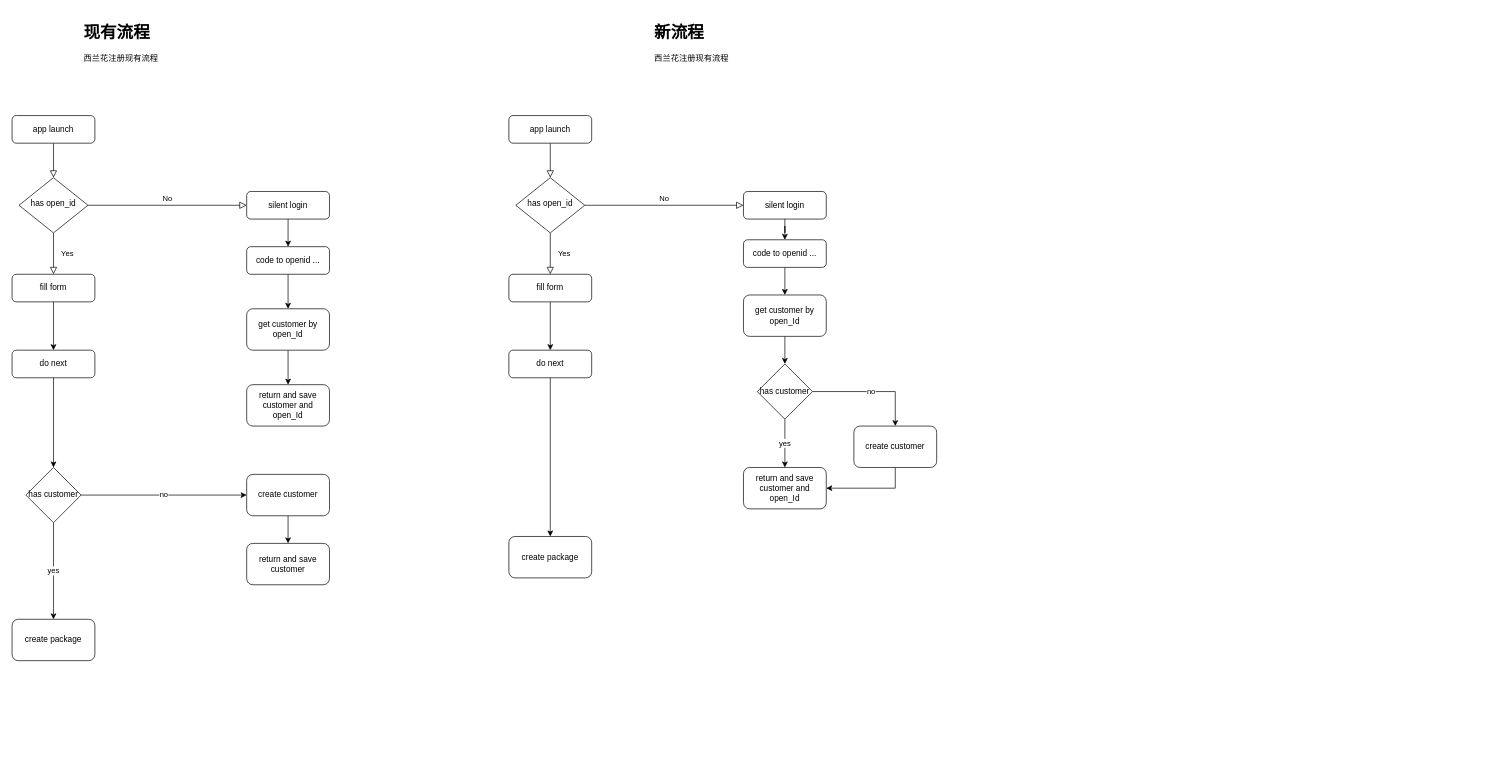
Before: xinanhua.drawio in maclxf/ProjectDraw, a draw.io diagram. Source tidied: cells renumbered, new cells numbered last; positions are measured from the earlier drawing's top-left corner, leaving out a move shared by most shapes. Both pictures are drawn from the tidied source at 69%, with x=0, y=0 at pixel (12, 19).
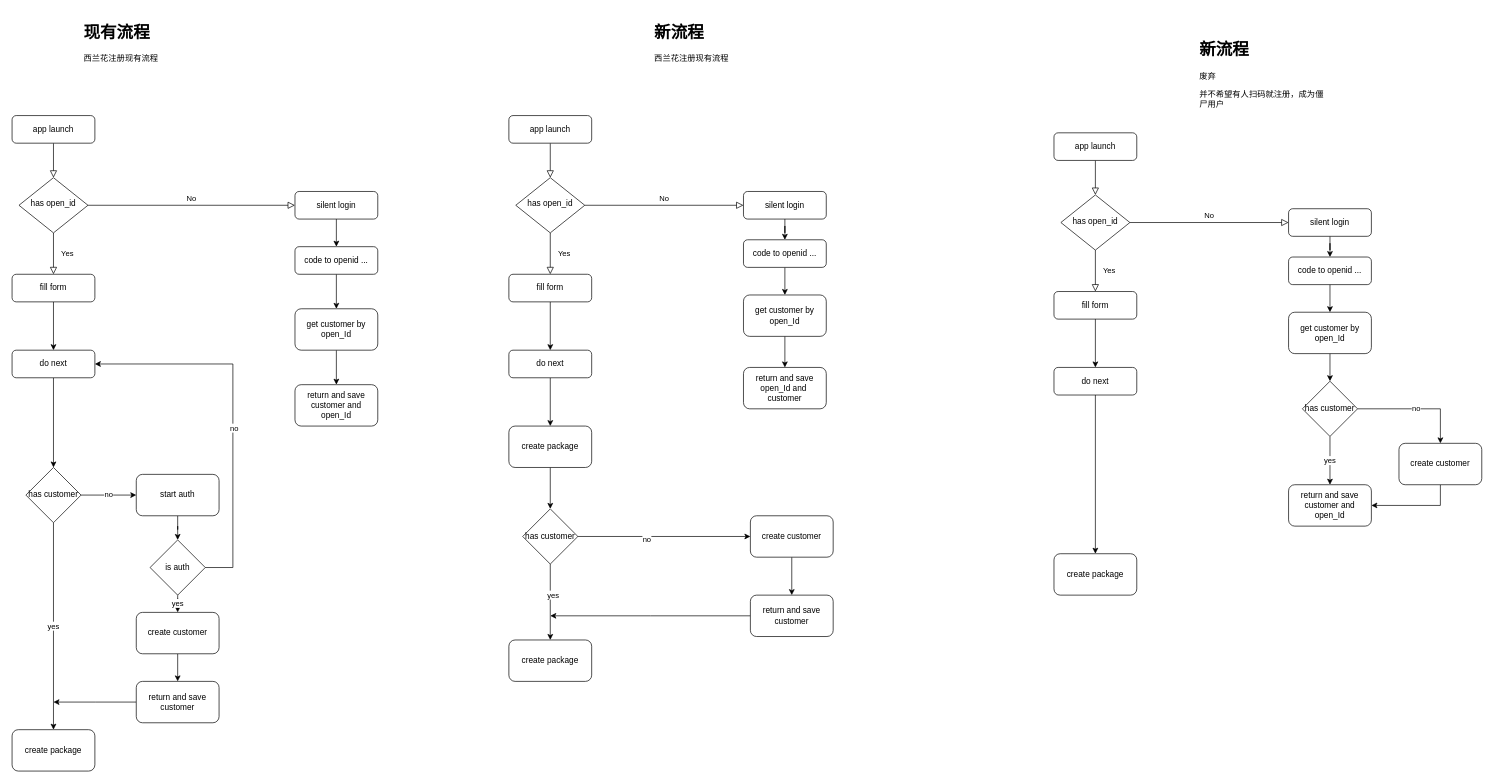
The same page after the edit.

The change refers to these unchanged cells:
```xml
<mxCell id="13" value="do next" style="rounded=1;whiteSpace=wrap;html=1;fontSize=12;glass=0;strokeWidth=1;shadow=0;" parent="1" vertex="1">
  <mxGeometry y="480" width="120" height="40" as="geometry" />
</mxCell>
<mxCell id="21" value="has customer" style="rhombus;whiteSpace=wrap;html=1;" parent="1" vertex="1">
  <mxGeometry x="20" y="650" width="80" height="80" as="geometry" />
</mxCell>
<mxCell id="41" value="get customer by open_Id" style="rounded=1;whiteSpace=wrap;html=1;" parent="1" vertex="1">
  <mxGeometry x="1060" y="400" width="120" height="60" as="geometry" />
</mxCell>
```

Diff of the diagram source:
```diff
@@
     <mxCell id="8" value="silent login" style="rounded=1;whiteSpace=wrap;html=1;fontSize=12;glass=0;strokeWidth=1;shadow=0;" parent="1" vertex="1">
-      <mxGeometry x="340" y="250" width="120" height="40" as="geometry" />
+      <mxGeometry x="410" y="250" width="120" height="40" as="geometry" />
     </mxCell>
@@
     <mxCell id="15" value="code to openid ..." style="rounded=1;whiteSpace=wrap;html=1;fontSize=12;glass=0;strokeWidth=1;shadow=0;" parent="1" vertex="1">
-      <mxGeometry x="340" y="330" width="120" height="40" as="geometry" />
+      <mxGeometry x="410" y="330" width="120" height="40" as="geometry" />
     </mxCell>
@@
     <mxCell id="17" value="create customer" style="rounded=1;whiteSpace=wrap;html=1;" parent="1" vertex="1">
-      <mxGeometry x="340" y="660" width="120" height="60" as="geometry" />
+      <mxGeometry x="180" y="860" width="120" height="60" as="geometry" />
     </mxCell>
     <mxCell id="18" value="return and save customer and open_Id" style="rounded=1;whiteSpace=wrap;html=1;" parent="1" vertex="1">
-      <mxGeometry x="340" y="530" width="120" height="60" as="geometry" />
+      <mxGeometry x="410" y="530" width="120" height="60" as="geometry" />
     </mxCell>
-    <mxCell id="19" value="no" style="edgeStyle=orthogonalEdgeStyle;rounded=0;jettySize=auto;html=1;" parent="1" edge="1" source="21" target="17">
+    <mxCell id="19" value="no" style="edgeStyle=orthogonalEdgeStyle;rounded=0;jettySize=auto;html=1;entryX=0;entryY=0.5;entryDx=0;entryDy=0;" parent="1" edge="1" source="21" target="78">
       <mxGeometry relative="1" as="geometry" />
     </mxCell>
@@
     <mxCell id="22" value="create package" style="rounded=1;whiteSpace=wrap;html=1;" parent="1" vertex="1">
-      <mxGeometry y="870" width="120" height="60" as="geometry" />
+      <mxGeometry y="1030" width="120" height="60" as="geometry" />
     </mxCell>
@@
     <mxCell id="24" value="get customer by open_Id" style="rounded=1;whiteSpace=wrap;html=1;" parent="1" vertex="1">
-      <mxGeometry x="340" y="420" width="120" height="60" as="geometry" />
+      <mxGeometry x="410" y="420" width="120" height="60" as="geometry" />
     </mxCell>
+    <mxCell id="49" style="edgeStyle=orthogonalEdgeStyle;rounded=0;jettySize=auto;html=1;" parent="1" edge="1" source="25">
+      <mxGeometry relative="1" as="geometry">
+        <mxPoint x="60" y="990" as="targetPoint" />
+      </mxGeometry>
+    </mxCell>
     <mxCell id="25" value="return and save customer" style="rounded=1;whiteSpace=wrap;html=1;" parent="1" vertex="1">
-      <mxGeometry x="340" y="760" width="120" height="60" as="geometry" />
+      <mxGeometry x="180" y="960" width="120" height="60" as="geometry" />
     </mxCell>
@@
+    <mxCell id="50" style="edgeStyle=orthogonalEdgeStyle;rounded=0;jettySize=auto;html=1;" parent="1" edge="1" source="39" target="83">
+      <mxGeometry relative="1" as="geometry" />
+    </mxCell>
     <mxCell id="39" value="create package" style="rounded=1;whiteSpace=wrap;html=1;" parent="1" vertex="1">
-      <mxGeometry x="720" y="750" width="120" height="60" as="geometry" />
+      <mxGeometry x="720" y="590" width="120" height="60" as="geometry" />
     </mxCell>
-    <mxCell id="40" style="edgeStyle=orthogonalEdgeStyle;rounded=0;jettySize=auto;html=1;entryX=0.5;entryY=0;entryDx=0;entryDy=0;" parent="1" edge="1" source="41" target="45">
+    <mxCell id="40" style="edgeStyle=orthogonalEdgeStyle;rounded=0;jettySize=auto;html=1;entryX=0.5;entryY=0;entryDx=0;entryDy=0;" parent="1" edge="1" source="41" target="42">
       <mxGeometry relative="1" as="geometry" />
     </mxCell>
@@
-    <mxCell id="42" value="return and save customer and open_Id" style="rounded=1;whiteSpace=wrap;html=1;" parent="1" vertex="1">
-      <mxGeometry x="1060" y="650" width="120" height="60" as="geometry" />
+    <mxCell id="42" value="return and save open_Id&amp;nbsp;and&amp;nbsp;&lt;br&gt;customer" style="rounded=1;whiteSpace=wrap;html=1;" parent="1" vertex="1">
+      <mxGeometry x="1060" y="505" width="120" height="60" as="geometry" />
     </mxCell>
-    <mxCell id="43" value="no" style="edgeStyle=orthogonalEdgeStyle;rounded=0;jettySize=auto;html=1;entryX=0.5;entryY=0;entryDx=0;entryDy=0;" parent="1" edge="1" source="45" target="47">
-      <mxGeometry relative="1" as="geometry" />
+    <mxCell id="43" value="no" style="edgeStyle=orthogonalEdgeStyle;rounded=0;orthogonalLoop=1;jettySize=auto;html=1;entryX=0.5;entryY=0;entryDx=0;entryDy=0;" parent="1" edge="1">
+      <mxGeometry relative="1" as="geometry">
+        <mxPoint x="1160" y="540" as="sourcePoint" />
+      </mxGeometry>
     </mxCell>
+    <mxCell id="48" value="&lt;h1&gt;新流程&lt;/h1&gt;&lt;p&gt;西兰花注册现有流程&lt;/p&gt;" style="text;html=1;strokeColor=none;fillColor=none;spacing=5;spacingTop=-20;whiteSpace=wrap;overflow=hidden;rounded=0;" parent="1" vertex="1">
+      <mxGeometry x="926" width="190" height="120" as="geometry" />
+    </mxCell>
+    <mxCell id="51" style="rounded=0;html=1;jettySize=auto;fontSize=11;endArrow=block;endFill=0;endSize=8;strokeWidth=1;shadow=0;labelBackgroundColor=none;edgeStyle=orthogonalEdgeStyle;" parent="1" edge="1" source="52" target="55">
+      <mxGeometry relative="1" as="geometry" />
+    </mxCell>
+    <mxCell id="52" value="app launch" style="rounded=1;whiteSpace=wrap;html=1;fontSize=12;glass=0;strokeWidth=1;shadow=0;" parent="1" vertex="1">
+      <mxGeometry x="1510" y="165" width="120" height="40" as="geometry" />
+    </mxCell>
+    <mxCell id="53" value="Yes" style="rounded=0;html=1;jettySize=auto;fontSize=11;endArrow=block;endFill=0;endSize=8;strokeWidth=1;shadow=0;labelBackgroundColor=none;edgeStyle=orthogonalEdgeStyle;entryX=0.5;entryY=0;entryDx=0;entryDy=0;" parent="1" edge="1" source="55" target="59">
+      <mxGeometry y="20" relative="1" as="geometry" />
+    </mxCell>
+    <mxCell id="54" value="No" style="edgeStyle=orthogonalEdgeStyle;rounded=0;html=1;jettySize=auto;fontSize=11;endArrow=block;endFill=0;endSize=8;strokeWidth=1;shadow=0;labelBackgroundColor=none;" parent="1" edge="1" source="55" target="57">
+      <mxGeometry y="10" relative="1" as="geometry" />
+    </mxCell>
+    <mxCell id="55" value="has open_id" style="rhombus;whiteSpace=wrap;html=1;shadow=0;fontFamily=Helvetica;fontSize=12;align=center;strokeWidth=1;spacing=6;spacingTop=-4;" parent="1" vertex="1">
+      <mxGeometry x="1520" y="255" width="100" height="80" as="geometry" />
+    </mxCell>
+    <mxCell id="56" style="edgeStyle=orthogonalEdgeStyle;rounded=0;jettySize=auto;html=1;entryX=0.5;entryY=0;entryDx=0;entryDy=0;" parent="1" edge="1" source="57" target="63">
+      <mxGeometry relative="1" as="geometry" />
+    </mxCell>
+    <mxCell id="57" value="silent login" style="rounded=1;whiteSpace=wrap;html=1;fontSize=12;glass=0;strokeWidth=1;shadow=0;" parent="1" vertex="1">
+      <mxGeometry x="1850" y="275" width="120" height="40" as="geometry" />
+    </mxCell>
+    <mxCell id="58" style="edgeStyle=orthogonalEdgeStyle;rounded=0;jettySize=auto;html=1;entryX=0.5;entryY=0;entryDx=0;entryDy=0;" parent="1" edge="1" source="59" target="61">
+      <mxGeometry relative="1" as="geometry" />
+    </mxCell>
+    <mxCell id="59" value="fill form" style="rounded=1;whiteSpace=wrap;html=1;fontSize=12;glass=0;strokeWidth=1;shadow=0;" parent="1" vertex="1">
+      <mxGeometry x="1510" y="395" width="120" height="40" as="geometry" />
+    </mxCell>
+    <mxCell id="60" style="edgeStyle=orthogonalEdgeStyle;rounded=0;jettySize=auto;html=1;" parent="1" edge="1" source="61" target="64">
+      <mxGeometry relative="1" as="geometry" />
+    </mxCell>
+    <mxCell id="61" value="do next" style="rounded=1;whiteSpace=wrap;html=1;fontSize=12;glass=0;strokeWidth=1;shadow=0;" parent="1" vertex="1">
+      <mxGeometry x="1510" y="505" width="120" height="40" as="geometry" />
+    </mxCell>
+    <mxCell id="62" style="edgeStyle=orthogonalEdgeStyle;rounded=0;jettySize=auto;html=1;entryX=0.5;entryY=0;entryDx=0;entryDy=0;" parent="1" edge="1" source="63" target="66">
+      <mxGeometry relative="1" as="geometry" />
+    </mxCell>
+    <mxCell id="63" value="code to openid ..." style="rounded=1;whiteSpace=wrap;html=1;fontSize=12;glass=0;strokeWidth=1;shadow=0;" parent="1" vertex="1">
+      <mxGeometry x="1850" y="345" width="120" height="40" as="geometry" />
+    </mxCell>
+    <mxCell id="64" value="create package" style="rounded=1;whiteSpace=wrap;html=1;" parent="1" vertex="1">
+      <mxGeometry x="1510" y="775" width="120" height="60" as="geometry" />
+    </mxCell>
+    <mxCell id="65" style="edgeStyle=orthogonalEdgeStyle;rounded=0;jettySize=auto;html=1;entryX=0.5;entryY=0;entryDx=0;entryDy=0;" parent="1" edge="1" source="66" target="69">
+      <mxGeometry relative="1" as="geometry" />
+    </mxCell>
+    <mxCell id="66" value="get customer by open_Id" style="rounded=1;whiteSpace=wrap;html=1;" parent="1" vertex="1">
+      <mxGeometry x="1850" y="425" width="120" height="60" as="geometry" />
+    </mxCell>
+    <mxCell id="67" value="return and save customer and open_Id" style="rounded=1;whiteSpace=wrap;html=1;" parent="1" vertex="1">
+      <mxGeometry x="1850" y="675" width="120" height="60" as="geometry" />
+    </mxCell>
+    <mxCell id="68" value="no" style="edgeStyle=orthogonalEdgeStyle;rounded=0;jettySize=auto;html=1;entryX=0.5;entryY=0;entryDx=0;entryDy=0;" parent="1" edge="1" source="69" target="71">
+      <mxGeometry relative="1" as="geometry" />
+    </mxCell>
-    <mxCell id="44" value="yes" style="edgeStyle=orthogonalEdgeStyle;rounded=0;jettySize=auto;html=1;" parent="1" edge="1" source="45" target="42">
+    <mxCell id="44" value="yes" style="edgeStyle=orthogonalEdgeStyle;rounded=0;jettySize=auto;html=1;" parent="1" edge="1" source="69" target="67">
       <mxGeometry relative="1" as="geometry" />
     </mxCell>
-    <mxCell id="45" value="has customer" style="rhombus;whiteSpace=wrap;html=1;" parent="1" vertex="1">
-      <mxGeometry x="1080" y="500" width="80" height="80" as="geometry" />
-    </mxCell>
-    <mxCell id="46" style="edgeStyle=orthogonalEdgeStyle;rounded=0;jettySize=auto;html=1;entryX=1;entryY=0.5;entryDx=0;entryDy=0;" parent="1" edge="1" source="47" target="42">
-      <mxGeometry relative="1" as="geometry">
-        <Array as="points">
-          <mxPoint x="1280" y="680" />
-        </Array>
-      </mxGeometry>
-    </mxCell>
-    <mxCell id="47" value="create customer" style="rounded=1;whiteSpace=wrap;html=1;" parent="1" vertex="1">
-      <mxGeometry x="1220" y="590" width="120" height="60" as="geometry" />
-    </mxCell>
-    <mxCell id="48" value="&lt;h1&gt;新流程&lt;/h1&gt;&lt;p&gt;西兰花注册现有流程&lt;/p&gt;" style="text;html=1;strokeColor=none;fillColor=none;spacing=5;spacingTop=-20;whiteSpace=wrap;overflow=hidden;rounded=0;" parent="1" vertex="1">
-      <mxGeometry x="926" width="190" height="120" as="geometry" />
-    </mxCell>
+    <mxCell id="69" value="has customer" style="rhombus;whiteSpace=wrap;html=1;" parent="1" vertex="1">
+      <mxGeometry x="1870" y="525" width="80" height="80" as="geometry" />
+    </mxCell>
+    <mxCell id="70" style="edgeStyle=orthogonalEdgeStyle;rounded=0;jettySize=auto;html=1;entryX=1;entryY=0.5;entryDx=0;entryDy=0;" parent="1" edge="1" source="71" target="67">
+      <mxGeometry relative="1" as="geometry">
+        <Array as="points">
+          <mxPoint x="2070" y="705" />
+        </Array>
+      </mxGeometry>
+    </mxCell>
+    <mxCell id="71" value="create customer" style="rounded=1;whiteSpace=wrap;html=1;" parent="1" vertex="1">
+      <mxGeometry x="2010" y="615" width="120" height="60" as="geometry" />
+    </mxCell>
+    <mxCell id="72" value="&lt;h1&gt;新流程&lt;/h1&gt;&lt;div&gt;废弃&lt;/div&gt;&lt;p&gt;并不希望有人扫码就注册，成为僵尸用户&lt;/p&gt;" style="text;html=1;strokeColor=none;fillColor=none;spacing=5;spacingTop=-20;whiteSpace=wrap;overflow=hidden;rounded=0;" parent="1" vertex="1">
+      <mxGeometry x="1716" y="25" width="190" height="120" as="geometry" />
+    </mxCell>
+    <mxCell id="73" value="yes" style="edgeStyle=orthogonalEdgeStyle;rounded=0;jettySize=auto;html=1;entryX=0.5;entryY=0;entryDx=0;entryDy=0;" parent="1" edge="1" source="76" target="17">
+      <mxGeometry relative="1" as="geometry" />
+    </mxCell>
+    <mxCell id="74" style="edgeStyle=orthogonalEdgeStyle;rounded=0;jettySize=auto;html=1;entryX=1;entryY=0.5;entryDx=0;entryDy=0;" parent="1" edge="1" source="76" target="13">
+      <mxGeometry relative="1" as="geometry">
+        <Array as="points">
+          <mxPoint x="320" y="795" />
+          <mxPoint x="320" y="500" />
+        </Array>
+      </mxGeometry>
+    </mxCell>
+    <mxCell id="75" value="no" style="edgeLabel;html=1;align=center;verticalAlign=middle;" parent="74" vertex="1">
+      <mxGeometry x="-0.09" y="-1" relative="1" as="geometry" />
+    </mxCell>
+    <mxCell id="76" value="is auth" style="rhombus;whiteSpace=wrap;html=1;" parent="1" vertex="1">
+      <mxGeometry x="200" y="755" width="80" height="80" as="geometry" />
+    </mxCell>
+    <mxCell id="77" style="edgeStyle=orthogonalEdgeStyle;rounded=0;jettySize=auto;html=1;entryX=0.5;entryY=0;entryDx=0;entryDy=0;" parent="1" edge="1" source="78" target="76">
+      <mxGeometry relative="1" as="geometry" />
+    </mxCell>
+    <mxCell id="78" value="start auth" style="rounded=1;whiteSpace=wrap;html=1;" parent="1" vertex="1">
+      <mxGeometry x="180" y="660" width="120" height="60" as="geometry" />
+    </mxCell>
+    <mxCell id="79" style="edgeStyle=orthogonalEdgeStyle;rounded=0;jettySize=auto;html=1;entryX=0.5;entryY=0;entryDx=0;entryDy=0;" parent="1" edge="1" source="83" target="84">
+      <mxGeometry relative="1" as="geometry" />
+    </mxCell>
+    <mxCell id="80" value="yes" style="edgeLabel;html=1;align=center;verticalAlign=middle;" parent="79" vertex="1">
+      <mxGeometry x="-0.22" y="3" relative="1" as="geometry">
+        <mxPoint y="1" as="offset" />
+      </mxGeometry>
+    </mxCell>
+    <mxCell id="81" style="edgeStyle=orthogonalEdgeStyle;rounded=0;jettySize=auto;html=1;entryX=0;entryY=0.5;entryDx=0;entryDy=0;" parent="1" edge="1" source="83" target="86">
+      <mxGeometry relative="1" as="geometry" />
+    </mxCell>
+    <mxCell id="82" value="no" style="edgeLabel;html=1;align=center;verticalAlign=middle;" parent="81" vertex="1">
+      <mxGeometry x="-0.21" y="-3" relative="1" as="geometry" />
+    </mxCell>
+    <mxCell id="83" value="has customer" style="rhombus;whiteSpace=wrap;html=1;" parent="1" vertex="1">
+      <mxGeometry x="740" y="710" width="80" height="80" as="geometry" />
+    </mxCell>
+    <mxCell id="84" value="create package" style="rounded=1;whiteSpace=wrap;html=1;" parent="1" vertex="1">
+      <mxGeometry x="720" y="900" width="120" height="60" as="geometry" />
+    </mxCell>
+    <mxCell id="85" style="edgeStyle=orthogonalEdgeStyle;rounded=0;jettySize=auto;html=1;entryX=0.5;entryY=0;entryDx=0;entryDy=0;" parent="1" edge="1" source="86" target="88">
+      <mxGeometry relative="1" as="geometry" />
+    </mxCell>
+    <mxCell id="86" value="create customer" style="rounded=1;whiteSpace=wrap;html=1;" parent="1" vertex="1">
+      <mxGeometry x="1070" y="720" width="120" height="60" as="geometry" />
+    </mxCell>
+    <mxCell id="87" style="edgeStyle=orthogonalEdgeStyle;rounded=0;jettySize=auto;html=1;" parent="1" edge="1" source="88">
+      <mxGeometry relative="1" as="geometry">
+        <mxPoint x="780" y="865" as="targetPoint" />
+      </mxGeometry>
+    </mxCell>
+    <mxCell id="88" value="return and save customer" style="rounded=1;whiteSpace=wrap;html=1;" parent="1" vertex="1">
+      <mxGeometry x="1070" y="835" width="120" height="60" as="geometry" />
+    </mxCell>
```
